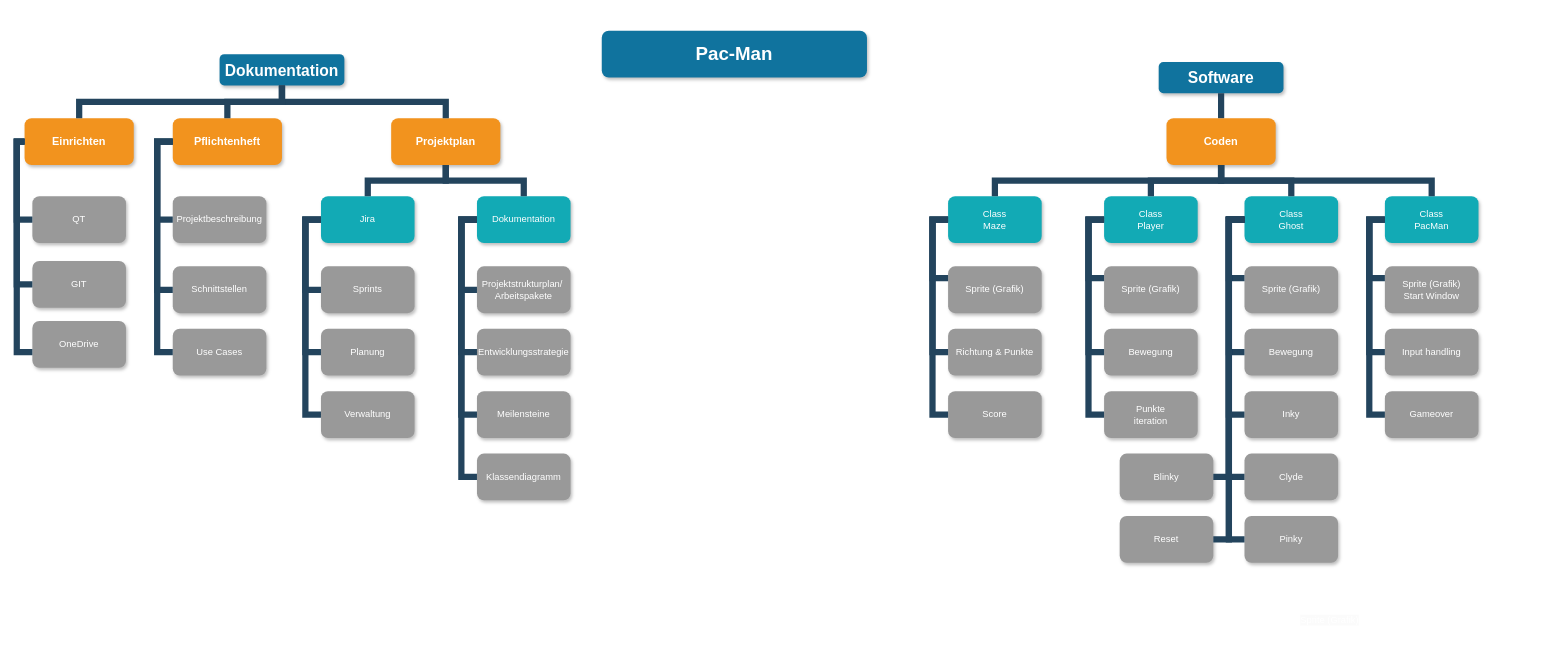
Before: Planung/Projektplan/Projektstrukturplan.drawio in flurin-b/PMSwEng, a draw.io diagram. Source tidied: cells renumbered, new cells numbered last; positions are measured from the earlier drawing's top-left corner, leaving out a move shared by most shapes. Both pictures are drawn from the tidied source at 78%, with x=0, y=0 at pixel (16, 30).
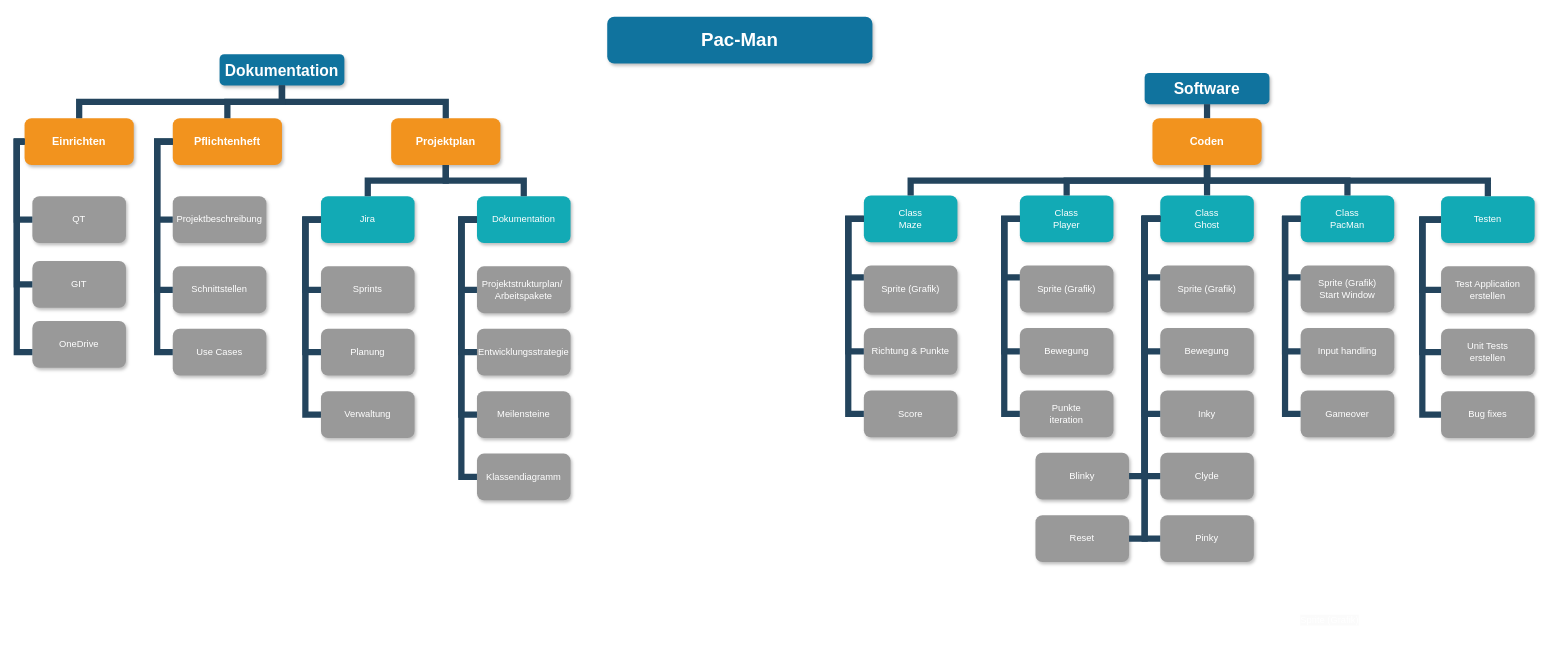
After the change.

Commit message:
Projektstrukturplan angepasst

Change to the diagram source:
```diff
@@
     <mxCell id="4" value="Coden" style="whiteSpace=wrap;rounded=1;fillColor=#F2931E;strokeColor=none;shadow=1;fontColor=#FFFFFF;fontStyle=1;fontSize=14;" parent="1" vertex="1">
-      <mxGeometry x="1474" y="112" width="140" height="60" as="geometry" />
+      <mxGeometry x="1456" y="112" width="140" height="60" as="geometry" />
     </mxCell>
@@
     <mxCell id="33" value="Class&#10;Maze" style="whiteSpace=wrap;rounded=1;fillColor=#12AAB5;strokeColor=none;shadow=1;fontColor=#FFFFFF;" parent="1" vertex="1">
-      <mxGeometry x="1194" y="212" width="120" height="60" as="geometry" />
+      <mxGeometry x="1086" y="211" width="120" height="60" as="geometry" />
     </mxCell>
     <mxCell id="34" value="Class&#10;Player" style="whiteSpace=wrap;rounded=1;fillColor=#12AAB5;strokeColor=none;shadow=1;fontColor=#FFFFFF;" parent="1" vertex="1">
-      <mxGeometry x="1394" y="212" width="120" height="60" as="geometry" />
+      <mxGeometry x="1286" y="211" width="120" height="60" as="geometry" />
     </mxCell>
     <mxCell id="35" value="Sprite (Grafik)" style="whiteSpace=wrap;rounded=1;fillColor=#999999;strokeColor=none;shadow=1;fontColor=#FFFFFF;fontStyle=0;" parent="1" vertex="1">
-      <mxGeometry x="1194" y="302" width="120" height="60" as="geometry" />
+      <mxGeometry x="1086" y="301" width="120" height="60" as="geometry" />
     </mxCell>
     <mxCell id="36" value="Richtung &amp; Punkte" style="whiteSpace=wrap;rounded=1;fillColor=#999999;strokeColor=none;shadow=1;fontColor=#FFFFFF;fontStyle=0;" parent="1" vertex="1">
-      <mxGeometry x="1194" y="382" width="120" height="60" as="geometry" />
+      <mxGeometry x="1086" y="381" width="120" height="60" as="geometry" />
     </mxCell>
     <mxCell id="37" value="Score" style="whiteSpace=wrap;rounded=1;fillColor=#999999;strokeColor=none;shadow=1;fontColor=#FFFFFF;fontStyle=0;" parent="1" vertex="1">
-      <mxGeometry x="1194" y="462" width="120" height="60" as="geometry" />
+      <mxGeometry x="1086" y="461" width="120" height="60" as="geometry" />
     </mxCell>
     <mxCell id="38" value="Sprite (Grafik)" style="whiteSpace=wrap;rounded=1;fillColor=#999999;strokeColor=none;shadow=1;fontColor=#FFFFFF;fontStyle=0;" parent="1" vertex="1">
-      <mxGeometry x="1394" y="302" width="120" height="60" as="geometry" />
+      <mxGeometry x="1286" y="301" width="120" height="60" as="geometry" />
     </mxCell>
     <mxCell id="39" value="Bewegung" style="whiteSpace=wrap;rounded=1;fillColor=#999999;strokeColor=none;shadow=1;fontColor=#FFFFFF;fontStyle=0;" parent="1" vertex="1">
-      <mxGeometry x="1394" y="382" width="120" height="60" as="geometry" />
+      <mxGeometry x="1286" y="381" width="120" height="60" as="geometry" />
     </mxCell>
     <mxCell id="40" value="Punkte&#10;iteration" style="whiteSpace=wrap;rounded=1;fillColor=#999999;strokeColor=none;shadow=1;fontColor=#FFFFFF;fontStyle=0;" parent="1" vertex="1">
-      <mxGeometry x="1394" y="462" width="120" height="60" as="geometry" />
+      <mxGeometry x="1286" y="461" width="120" height="60" as="geometry" />
     </mxCell>
     <mxCell id="41" style="edgeStyle=elbowEdgeStyle;elbow=horizontal;rounded=0;fontColor=#000000;endArrow=none;endFill=0;strokeWidth=8;strokeColor=#23445D;" parent="1" edge="1" source="33" target="35">
       <mxGeometry relative="1" as="geometry">
         <Array as="points">
-          <mxPoint x="1174" y="317" />
+          <mxPoint x="1066" y="316" />
         </Array>
       </mxGeometry>
     </mxCell>
     <mxCell id="42" style="edgeStyle=elbowEdgeStyle;elbow=horizontal;rounded=0;fontColor=#000000;endArrow=none;endFill=0;strokeWidth=8;strokeColor=#23445D;" parent="1" edge="1" source="33" target="36">
       <mxGeometry relative="1" as="geometry">
         <Array as="points">
-          <mxPoint x="1174" y="357" />
+          <mxPoint x="1066" y="356" />
         </Array>
       </mxGeometry>
     </mxCell>
     <mxCell id="43" style="edgeStyle=elbowEdgeStyle;elbow=horizontal;rounded=0;fontColor=#000000;endArrow=none;endFill=0;strokeWidth=8;strokeColor=#23445D;" parent="1" edge="1" source="33" target="37">
       <mxGeometry relative="1" as="geometry">
         <Array as="points">
-          <mxPoint x="1174" y="407" />
+          <mxPoint x="1066" y="406" />
         </Array>
       </mxGeometry>
     </mxCell>
     <mxCell id="44" style="edgeStyle=elbowEdgeStyle;elbow=horizontal;rounded=0;fontColor=#000000;endArrow=none;endFill=0;strokeWidth=8;strokeColor=#23445D;" parent="1" edge="1" source="34" target="38">
       <mxGeometry relative="1" as="geometry">
         <Array as="points">
-          <mxPoint x="1374" y="317" />
+          <mxPoint x="1266" y="316" />
         </Array>
       </mxGeometry>
     </mxCell>
     <mxCell id="45" style="edgeStyle=elbowEdgeStyle;elbow=horizontal;rounded=0;fontColor=#000000;endArrow=none;endFill=0;strokeWidth=8;strokeColor=#23445D;" parent="1" edge="1" source="34" target="39">
       <mxGeometry relative="1" as="geometry">
         <Array as="points">
-          <mxPoint x="1374" y="357" />
+          <mxPoint x="1266" y="356" />
         </Array>
       </mxGeometry>
     </mxCell>
     <mxCell id="46" style="edgeStyle=elbowEdgeStyle;elbow=horizontal;rounded=0;fontColor=#000000;endArrow=none;endFill=0;strokeWidth=8;strokeColor=#23445D;" parent="1" edge="1" source="34" target="40">
       <mxGeometry relative="1" as="geometry">
         <Array as="points">
-          <mxPoint x="1374" y="407" />
+          <mxPoint x="1266" y="406" />
         </Array>
       </mxGeometry>
     </mxCell>
@@
     <mxCell id="51" value="Pac-Man" style="whiteSpace=wrap;rounded=1;shadow=1;fillColor=#10739E;strokeColor=none;fontColor=#FFFFFF;fontStyle=1;fontSize=24;" parent="1" vertex="1">
-      <mxGeometry x="750" width="340" height="60" as="geometry" />
+      <mxGeometry x="757" y="-18" width="340" height="60" as="geometry" />
     </mxCell>
     <mxCell id="52" value="Software" style="whiteSpace=wrap;rounded=1;shadow=1;fillColor=#10739E;strokeColor=none;fontColor=#FFFFFF;fontStyle=1;fontSize=20;" parent="1" vertex="1">
-      <mxGeometry x="1464" y="40" width="160" height="40" as="geometry" />
+      <mxGeometry x="1446" y="54" width="160" height="40" as="geometry" />
     </mxCell>
     <mxCell id="53" value="Class&#10;Ghost" style="whiteSpace=wrap;rounded=1;fillColor=#12AAB5;strokeColor=none;shadow=1;fontColor=#FFFFFF;" parent="1" vertex="1">
-      <mxGeometry x="1574" y="212" width="120" height="60" as="geometry" />
+      <mxGeometry x="1466" y="211" width="120" height="60" as="geometry" />
     </mxCell>
     <mxCell id="54" value="Sprite (Grafik)" style="whiteSpace=wrap;rounded=1;fillColor=#999999;strokeColor=none;shadow=1;fontColor=#FFFFFF;fontStyle=0;" parent="1" vertex="1">
-      <mxGeometry x="1574" y="302" width="120" height="60" as="geometry" />
+      <mxGeometry x="1466" y="301" width="120" height="60" as="geometry" />
     </mxCell>
     <mxCell id="55" value="Bewegung" style="whiteSpace=wrap;rounded=1;fillColor=#999999;strokeColor=none;shadow=1;fontColor=#FFFFFF;fontStyle=0;" parent="1" vertex="1">
-      <mxGeometry x="1574" y="382" width="120" height="60" as="geometry" />
+      <mxGeometry x="1466" y="381" width="120" height="60" as="geometry" />
     </mxCell>
     <mxCell id="56" value="Inky" style="whiteSpace=wrap;rounded=1;fillColor=#999999;strokeColor=none;shadow=1;fontColor=#FFFFFF;fontStyle=0;" parent="1" vertex="1">
-      <mxGeometry x="1574" y="462" width="120" height="60" as="geometry" />
+      <mxGeometry x="1466" y="461" width="120" height="60" as="geometry" />
     </mxCell>
     <mxCell id="57" value="Clyde" style="whiteSpace=wrap;rounded=1;fillColor=#999999;strokeColor=none;shadow=1;fontColor=#FFFFFF;fontStyle=0;" parent="1" vertex="1">
-      <mxGeometry x="1574" y="542" width="120" height="60" as="geometry" />
+      <mxGeometry x="1466" y="541" width="120" height="60" as="geometry" />
     </mxCell>
     <mxCell id="58" value="Pinky" style="whiteSpace=wrap;rounded=1;fillColor=#999999;strokeColor=none;shadow=1;fontColor=#FFFFFF;fontStyle=0;" parent="1" vertex="1">
-      <mxGeometry x="1574" y="622" width="120" height="60" as="geometry" />
+      <mxGeometry x="1466" y="621" width="120" height="60" as="geometry" />
     </mxCell>
     <mxCell id="59" style="edgeStyle=elbowEdgeStyle;elbow=horizontal;rounded=0;fontColor=#000000;endArrow=none;endFill=0;strokeWidth=8;strokeColor=#23445D;" parent="1" edge="1" source="53" target="54">
       <mxGeometry relative="1" as="geometry">
         <Array as="points">
-          <mxPoint x="1554" y="317" />
+          <mxPoint x="1446" y="316" />
         </Array>
       </mxGeometry>
     </mxCell>
     <mxCell id="60" style="edgeStyle=elbowEdgeStyle;elbow=horizontal;rounded=0;fontColor=#000000;endArrow=none;endFill=0;strokeWidth=8;strokeColor=#23445D;" parent="1" edge="1" source="53" target="55">
       <mxGeometry relative="1" as="geometry">
         <Array as="points">
-          <mxPoint x="1554" y="357" />
+          <mxPoint x="1446" y="356" />
         </Array>
       </mxGeometry>
     </mxCell>
     <mxCell id="61" style="edgeStyle=elbowEdgeStyle;elbow=horizontal;rounded=0;fontColor=#000000;endArrow=none;endFill=0;strokeWidth=8;strokeColor=#23445D;" parent="1" edge="1" source="53" target="58">
       <mxGeometry relative="1" as="geometry">
         <Array as="points">
-          <mxPoint x="1554" y="477" />
+          <mxPoint x="1446" y="476" />
         </Array>
       </mxGeometry>
     </mxCell>
     <mxCell id="62" style="edgeStyle=elbowEdgeStyle;elbow=horizontal;rounded=0;fontColor=#000000;endArrow=none;endFill=0;strokeWidth=8;strokeColor=#23445D;" parent="1" edge="1" source="53" target="57">
       <mxGeometry relative="1" as="geometry">
         <Array as="points">
-          <mxPoint x="1554" y="437" />
+          <mxPoint x="1446" y="436" />
         </Array>
       </mxGeometry>
     </mxCell>
     <mxCell id="63" style="edgeStyle=elbowEdgeStyle;elbow=horizontal;rounded=0;fontColor=#000000;endArrow=none;endFill=0;strokeWidth=8;strokeColor=#23445D;" parent="1" edge="1" source="53" target="56">
       <mxGeometry relative="1" as="geometry">
         <Array as="points">
-          <mxPoint x="1554" y="407" />
+          <mxPoint x="1446" y="406" />
         </Array>
       </mxGeometry>
     </mxCell>
     <mxCell id="64" value="Class&#10;PacMan" style="whiteSpace=wrap;rounded=1;fillColor=#12AAB5;strokeColor=none;shadow=1;fontColor=#FFFFFF;" parent="1" vertex="1">
-      <mxGeometry x="1754" y="212" width="120" height="60" as="geometry" />
+      <mxGeometry x="1646" y="211" width="120" height="60" as="geometry" />
     </mxCell>
     <mxCell id="65" value="Sprite (Grafik)&lt;br&gt;Start Window" style="whiteSpace=wrap;rounded=1;fillColor=#999999;strokeColor=none;shadow=1;fontColor=#FFFFFF;fontStyle=0;html=1;" parent="1" vertex="1">
-      <mxGeometry x="1754" y="302" width="120" height="60" as="geometry" />
+      <mxGeometry x="1646" y="301" width="120" height="60" as="geometry" />
     </mxCell>
     <mxCell id="66" value="Input handling" style="whiteSpace=wrap;rounded=1;fillColor=#999999;strokeColor=none;shadow=1;fontColor=#FFFFFF;fontStyle=0;" parent="1" vertex="1">
-      <mxGeometry x="1754" y="382" width="120" height="60" as="geometry" />
+      <mxGeometry x="1646" y="381" width="120" height="60" as="geometry" />
     </mxCell>
     <mxCell id="67" value="Gameover" style="whiteSpace=wrap;rounded=1;fillColor=#999999;strokeColor=none;shadow=1;fontColor=#FFFFFF;fontStyle=0;" parent="1" vertex="1">
-      <mxGeometry x="1754" y="462" width="120" height="60" as="geometry" />
+      <mxGeometry x="1646" y="461" width="120" height="60" as="geometry" />
     </mxCell>
     <mxCell id="68" style="edgeStyle=elbowEdgeStyle;elbow=horizontal;rounded=0;fontColor=#000000;endArrow=none;endFill=0;strokeWidth=8;strokeColor=#23445D;" parent="1" edge="1" source="64" target="65">
       <mxGeometry relative="1" as="geometry">
         <Array as="points">
-          <mxPoint x="1734" y="317" />
+          <mxPoint x="1626" y="316" />
         </Array>
       </mxGeometry>
     </mxCell>
     <mxCell id="69" style="edgeStyle=elbowEdgeStyle;elbow=horizontal;rounded=0;fontColor=#000000;endArrow=none;endFill=0;strokeWidth=8;strokeColor=#23445D;" parent="1" edge="1" source="64" target="66">
       <mxGeometry relative="1" as="geometry">
         <Array as="points">
-          <mxPoint x="1734" y="357" />
+          <mxPoint x="1626" y="356" />
         </Array>
       </mxGeometry>
     </mxCell>
     <mxCell id="70" style="edgeStyle=elbowEdgeStyle;elbow=horizontal;rounded=0;fontColor=#000000;endArrow=none;endFill=0;strokeWidth=8;strokeColor=#23445D;" parent="1" edge="1" source="64" target="67">
       <mxGeometry relative="1" as="geometry">
         <Array as="points">
-          <mxPoint x="1734" y="407" />
+          <mxPoint x="1626" y="406" />
         </Array>
       </mxGeometry>
     </mxCell>
@@
     <mxCell id="74" value="Blinky" style="whiteSpace=wrap;rounded=1;fillColor=#999999;strokeColor=none;shadow=1;fontColor=#FFFFFF;fontStyle=0;" parent="1" vertex="1">
-      <mxGeometry x="1414" y="542" width="120" height="60" as="geometry" />
+      <mxGeometry x="1306" y="541" width="120" height="60" as="geometry" />
     </mxCell>
     <mxCell id="75" style="edgeStyle=elbowEdgeStyle;elbow=horizontal;rounded=0;fontColor=#000000;endArrow=none;endFill=0;strokeWidth=8;strokeColor=#23445D;entryX=1;entryY=0.5;entryDx=0;entryDy=0;exitX=0;exitY=0.5;exitDx=0;exitDy=0;" parent="1" edge="1" source="53" target="74">
       <mxGeometry relative="1" as="geometry">
         <Array as="points">
-          <mxPoint x="1554" y="412" />
-          <mxPoint x="1554" y="492" />
+          <mxPoint x="1446" y="411" />
+          <mxPoint x="1446" y="491" />
         </Array>
       </mxGeometry>
     </mxCell>
     <mxCell id="76" value="Reset" style="whiteSpace=wrap;rounded=1;fillColor=#999999;strokeColor=none;shadow=1;fontColor=#FFFFFF;fontStyle=0;" parent="1" vertex="1">
-      <mxGeometry x="1414" y="622" width="120" height="60" as="geometry" />
+      <mxGeometry x="1306" y="621" width="120" height="60" as="geometry" />
     </mxCell>
     <mxCell id="77" style="edgeStyle=elbowEdgeStyle;elbow=horizontal;rounded=0;fontColor=#000000;endArrow=none;endFill=0;strokeWidth=8;strokeColor=#23445D;entryX=1;entryY=0.5;entryDx=0;entryDy=0;exitX=0;exitY=0.5;exitDx=0;exitDy=0;" parent="1" edge="1" source="53" target="76">
       <mxGeometry relative="1" as="geometry">
         <Array as="points">
-          <mxPoint x="1554" y="442" />
-          <mxPoint x="1564" y="502" />
+          <mxPoint x="1446" y="441" />
+          <mxPoint x="1456" y="501" />
         </Array>
       </mxGeometry>
     </mxCell>
@@
+    <mxCell id="84" value="Test Application&lt;br&gt;erstellen" style="whiteSpace=wrap;rounded=1;fillColor=#999999;strokeColor=none;shadow=1;fontColor=#FFFFFF;fontStyle=0;html=1;" parent="1" vertex="1">
+      <mxGeometry x="1826" y="302" width="120" height="60" as="geometry" />
+    </mxCell>
+    <mxCell id="85" value="Unit Tests&#10;erstellen" style="whiteSpace=wrap;rounded=1;fillColor=#999999;strokeColor=none;shadow=1;fontColor=#FFFFFF;fontStyle=0;" parent="1" vertex="1">
+      <mxGeometry x="1826" y="382" width="120" height="60" as="geometry" />
+    </mxCell>
+    <mxCell id="86" value="Bug fixes" style="whiteSpace=wrap;rounded=1;fillColor=#999999;strokeColor=none;shadow=1;fontColor=#FFFFFF;fontStyle=0;" parent="1" vertex="1">
+      <mxGeometry x="1826" y="462" width="120" height="60" as="geometry" />
+    </mxCell>
+    <mxCell id="87" style="edgeStyle=elbowEdgeStyle;elbow=horizontal;rounded=0;fontColor=#000000;endArrow=none;endFill=0;strokeWidth=8;strokeColor=#23445D;entryX=0;entryY=0.5;entryDx=0;entryDy=0;exitX=0;exitY=0.5;exitDx=0;exitDy=0;" parent="1" edge="1" source="90" target="84">
+      <mxGeometry relative="1" as="geometry">
+        <Array as="points">
+          <mxPoint x="1802" y="290" />
+        </Array>
+      </mxGeometry>
+    </mxCell>
+    <mxCell id="88" style="edgeStyle=elbowEdgeStyle;elbow=horizontal;rounded=0;fontColor=#000000;endArrow=none;endFill=0;strokeWidth=8;strokeColor=#23445D;entryX=0;entryY=0.5;entryDx=0;entryDy=0;exitX=0;exitY=0.5;exitDx=0;exitDy=0;" parent="1" edge="1" source="90" target="85">
+      <mxGeometry relative="1" as="geometry">
+        <Array as="points">
+          <mxPoint x="1802" y="361" />
+        </Array>
+      </mxGeometry>
+    </mxCell>
+    <mxCell id="89" style="edgeStyle=elbowEdgeStyle;elbow=horizontal;rounded=0;fontColor=#000000;endArrow=none;endFill=0;strokeWidth=8;strokeColor=#23445D;exitX=0;exitY=0.5;exitDx=0;exitDy=0;" parent="1" edge="1" source="90" target="86">
+      <mxGeometry relative="1" as="geometry">
+        <Array as="points">
+          <mxPoint x="1802" y="411" />
+        </Array>
+      </mxGeometry>
+    </mxCell>
+    <mxCell id="90" value="Testen" style="whiteSpace=wrap;rounded=1;fillColor=#12AAB5;strokeColor=none;shadow=1;fontColor=#FFFFFF;" parent="1" vertex="1">
+      <mxGeometry x="1826" y="212" width="120" height="60" as="geometry" />
+    </mxCell>
+    <mxCell id="91" style="edgeStyle=elbowEdgeStyle;elbow=vertical;rounded=0;fontColor=#000000;endArrow=none;endFill=0;strokeWidth=8;strokeColor=#23445D;entryX=0.5;entryY=0;entryDx=0;entryDy=0;exitX=0.5;exitY=1;exitDx=0;exitDy=0;" parent="1" edge="1" source="4" target="90">
+      <mxGeometry relative="1" as="geometry" />
+    </mxCell>
```
